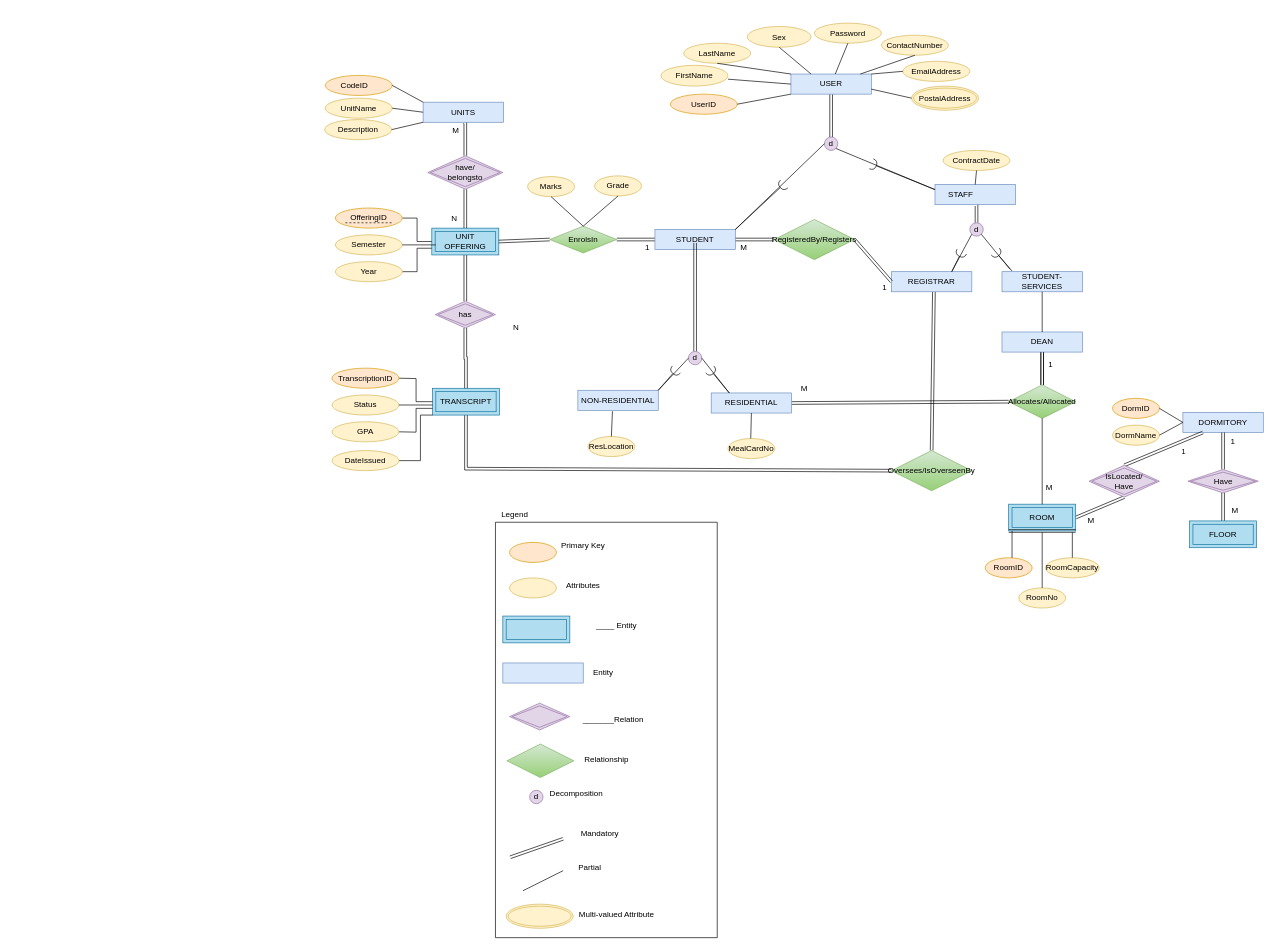
Before: page "Enhanced ER Diagram" (4 of 4) of Untitled Diagram.drawio in Nash230/IS403SystemsAnalysis-Design_MP, a draw.io diagram. Source tidied: cells renumbered, new cells numbered last; positions are measured from the earlier drawing's top-left corner, leaving out a move shared by most shapes. Both pictures are drawn from the tidied source at 67%, with x=0, y=0 at pixel (324, 23).
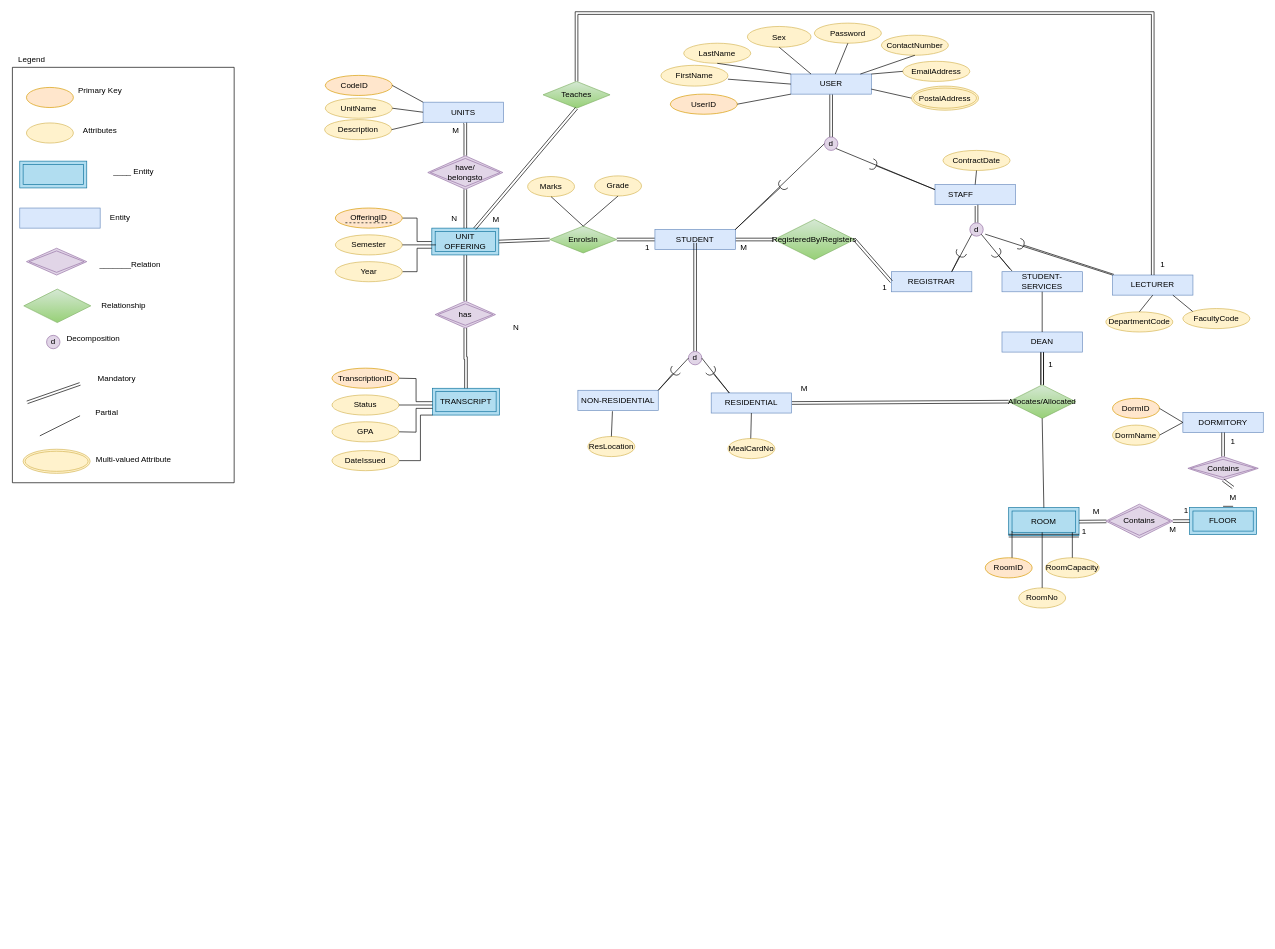
The same page after the edit.

The change refers to these unchanged cells:
```xml
<mxCell id="21" value="DORMITORY" style="rounded=0;whiteSpace=wrap;html=1;fillColor=#dae8fc;strokeColor=#6c8ebf;" parent="1" vertex="1">
  <mxGeometry x="1281" y="581" width="120" height="30" as="geometry" />
</mxCell>
<mxCell id="23" value="TRANSCRIPT" style="shape=ext;margin=3;double=1;whiteSpace=wrap;html=1;align=center;fillColor=#b1ddf0;strokeColor=#10739e;" parent="1" vertex="1">
  <mxGeometry x="161" y="545" width="100" height="40" as="geometry" />
</mxCell>
<mxCell id="136" value="N" style="text;html=1;whiteSpace=wrap;strokeColor=none;fillColor=none;align=center;verticalAlign=middle;rounded=0;" parent="1" vertex="1">
  <mxGeometry x="164" y="277" width="60" height="30" as="geometry" />
</mxCell>
```

What changed in the source:
```diff
@@
-    <mxCell id="4" style="edgeStyle=none;shape=link;rounded=0;jettySize=auto;html=1;entryX=0.5;entryY=0;entryDx=0;entryDy=0;" parent="1" edge="1" target="161">
-      <mxGeometry relative="1" as="geometry">
-        <mxPoint x="909.4" y="401" as="sourcePoint" />
-      </mxGeometry>
-    </mxCell>
@@
-    <mxCell id="19" style="edgeStyle=none;shape=link;rounded=0;jettySize=auto;html=1;entryX=1;entryY=0.5;entryDx=0;entryDy=0;exitX=0.5;exitY=1;exitDx=0;exitDy=0;" parent="1" edge="1" source="123" target="24">
-      <mxGeometry relative="1" as="geometry" />
-    </mxCell>
-    <mxCell id="20" style="edgeStyle=none;shape=link;rounded=0;jettySize=auto;html=1;exitX=0.5;exitY=1;exitDx=0;exitDy=0;entryX=0.5;entryY=0;entryDx=0;entryDy=0;" parent="1" edge="1" source="100" target="120">
+    <mxCell id="20" style="edgeStyle=none;shape=link;rounded=0;jettySize=auto;html=1;exitX=0.5;exitY=1;exitDx=0;exitDy=0;entryX=0.5;entryY=0;entryDx=0;entryDy=0;" parent="1" edge="1" source="126" target="120">
       <mxGeometry relative="1" as="geometry" />
     </mxCell>
@@
-    <mxCell id="22" style="edgeStyle=none;shape=link;rounded=0;jettySize=auto;html=1;exitX=0.5;exitY=1;exitDx=0;exitDy=0;entryX=0;entryY=0.5;entryDx=0;entryDy=0;" parent="1" edge="1" source="23" target="161">
-      <mxGeometry relative="1" as="geometry">
-        <Array as="points">
-          <mxPoint x="211" y="665" />
-        </Array>
-      </mxGeometry>
-    </mxCell>
@@
     <mxCell id="24" value="ROOM" style="shape=ext;margin=3;double=1;whiteSpace=wrap;html=1;align=center;fillColor=#b1ddf0;strokeColor=#10739e;" parent="1" vertex="1">
-      <mxGeometry x="1021" y="718" width="100" height="40" as="geometry" />
+      <mxGeometry x="1021" y="723.2" width="105" height="41.8" as="geometry" />
     </mxCell>
@@
-    <mxCell id="100" value="Have" style="shape=rhombus;double=1;perimeter=rhombusPerimeter;whiteSpace=wrap;html=1;align=center;fillColor=#e1d5e7;strokeColor=#9673a6;" parent="1" vertex="1">
-      <mxGeometry x="1288.5" y="666.2" width="105" height="35" as="geometry" />
+    <mxCell id="100" value="Contains" style="shape=rhombus;double=1;perimeter=rhombusPerimeter;whiteSpace=wrap;html=1;align=center;fillColor=#e1d5e7;strokeColor=#9673a6;" parent="1" vertex="1">
+      <mxGeometry x="1288.5" y="647" width="105" height="35" as="geometry" />
     </mxCell>
@@
     <mxCell id="120" value="FLOOR" style="shape=ext;margin=3;double=1;whiteSpace=wrap;html=1;align=center;fillColor=#b1ddf0;strokeColor=#10739e;" parent="1" vertex="1">
-      <mxGeometry x="1291" y="743" width="100" height="40" as="geometry" />
+      <mxGeometry x="1291" y="723.2" width="100" height="40" as="geometry" />
     </mxCell>
-    <mxCell id="121" style="edgeStyle=none;shape=link;rounded=0;jettySize=auto;html=1;entryX=0.25;entryY=1;entryDx=0;entryDy=0;exitX=0.5;exitY=0;exitDx=0;exitDy=0;" parent="1" edge="1" source="123" target="21">
-      <mxGeometry relative="1" as="geometry" />
-    </mxCell>
-    <mxCell id="122" value="1" style="edgeLabel;html=1;align=center;verticalAlign=middle;" parent="121" vertex="1">
-      <mxGeometry x="0.41" y="-15" relative="1" as="geometry">
-        <mxPoint x="-1" as="offset" />
-      </mxGeometry>
-    </mxCell>
-    <mxCell id="123" value="&lt;div&gt;IsLocated/&lt;/div&gt;&lt;div&gt;Have&lt;/div&gt;" style="shape=rhombus;double=1;perimeter=rhombusPerimeter;whiteSpace=wrap;html=1;align=center;fillColor=#e1d5e7;strokeColor=#9673a6;" parent="1" vertex="1">
-      <mxGeometry x="1141" y="660" width="105" height="47.5" as="geometry" />
-    </mxCell>
@@
-    <mxCell id="126" value="M" style="text;html=1;whiteSpace=wrap;strokeColor=none;fillColor=none;align=center;verticalAlign=middle;rounded=0;" parent="1" vertex="1">
-      <mxGeometry x="1114" y="728" width="60" height="30" as="geometry" />
-    </mxCell>
@@
     <mxCell id="128" value="M" style="text;html=1;whiteSpace=wrap;strokeColor=none;fillColor=none;align=center;verticalAlign=middle;rounded=0;" parent="1" vertex="1">
-      <mxGeometry x="1052" y="679" width="60" height="30" as="geometry" />
+      <mxGeometry x="1256" y="747.5" width="20" height="16.5" as="geometry" />
     </mxCell>
@@
-    <mxCell id="131" value="M" style="text;html=1;whiteSpace=wrap;strokeColor=none;fillColor=none;align=center;verticalAlign=middle;rounded=0;" parent="1" vertex="1">
-      <mxGeometry x="1329" y="713" width="60" height="30" as="geometry" />
-    </mxCell>
@@
     <mxCell id="139" style="swimlane;startSize=0;" parent="1" vertex="1">
-      <mxGeometry x="255" y="745" width="331" height="620" as="geometry" />
+      <mxGeometry x="-466" y="66" width="331" height="620" as="geometry" />
     </mxCell>
@@
     <mxCell id="147" style="ellipse;whiteSpace=wrap;html=1;align=center;fillColor=#ffe6cc;strokeColor=#d79b00;" parent="1" vertex="1">
-      <mxGeometry x="276" y="775" width="70" height="30" as="geometry" />
+      <mxGeometry x="-445" y="96" width="70" height="30" as="geometry" />
     </mxCell>
     <mxCell id="148" style="shape=rhombus;perimeter=rhombusPerimeter;whiteSpace=wrap;html=1;align=center;fillColor=#d5e8d4;gradientColor=#97d077;strokeColor=#82b366;" parent="1" vertex="1">
-      <mxGeometry x="272" y="1076" width="100" height="50" as="geometry" />
+      <mxGeometry x="-449" y="397" width="100" height="50" as="geometry" />
     </mxCell>
     <mxCell id="149" value="d" style="ellipse;whiteSpace=wrap;html=1;fillColor=#e1d5e7;strokeColor=#9673a6;" parent="1" vertex="1">
-      <mxGeometry x="306" y="1145" width="20" height="20" as="geometry" />
+      <mxGeometry x="-415" y="466" width="20" height="20" as="geometry" />
     </mxCell>
     <mxCell id="150" value="Primary Key" style="text;html=1;whiteSpace=wrap;strokeColor=none;fillColor=none;align=center;verticalAlign=middle;rounded=0;" parent="1" vertex="1">
-      <mxGeometry x="346" y="765" width="80" height="30" as="geometry" />
+      <mxGeometry x="-375" y="86" width="80" height="30" as="geometry" />
     </mxCell>
     <mxCell id="151" value="Attributes" style="text;html=1;whiteSpace=wrap;strokeColor=none;fillColor=none;align=center;verticalAlign=middle;rounded=0;" parent="1" vertex="1">
-      <mxGeometry x="356" y="825" width="60" height="30" as="geometry" />
+      <mxGeometry x="-365" y="146" width="60" height="30" as="geometry" />
     </mxCell>
     <mxCell id="152" value="____ Entity" style="text;html=1;whiteSpace=wrap;strokeColor=none;fillColor=none;align=center;verticalAlign=middle;rounded=0;" parent="1" vertex="1">
-      <mxGeometry x="376" y="885" width="120" height="30" as="geometry" />
+      <mxGeometry x="-345" y="206" width="120" height="30" as="geometry" />
     </mxCell>
     <mxCell id="153" value="Entity" style="text;html=1;whiteSpace=wrap;strokeColor=none;fillColor=none;align=center;verticalAlign=middle;rounded=0;" parent="1" vertex="1">
-      <mxGeometry x="386" y="955" width="60" height="30" as="geometry" />
+      <mxGeometry x="-335" y="276" width="60" height="30" as="geometry" />
     </mxCell>
     <mxCell id="154" value="_______Relation" style="text;html=1;whiteSpace=wrap;strokeColor=none;fillColor=none;align=center;verticalAlign=middle;rounded=0;" parent="1" vertex="1">
-      <mxGeometry x="376" y="1025" width="110" height="30" as="geometry" />
+      <mxGeometry x="-345" y="346" width="110" height="30" as="geometry" />
     </mxCell>
     <mxCell id="155" value="Relationship" style="text;html=1;whiteSpace=wrap;strokeColor=none;fillColor=none;align=center;verticalAlign=middle;rounded=0;" parent="1" vertex="1">
-      <mxGeometry x="366" y="1085" width="110" height="30" as="geometry" />
+      <mxGeometry x="-355" y="406" width="110" height="30" as="geometry" />
     </mxCell>
     <mxCell id="156" value="Decomposition" style="text;html=1;whiteSpace=wrap;strokeColor=none;fillColor=none;align=center;verticalAlign=middle;rounded=0;" parent="1" vertex="1">
-      <mxGeometry x="346" y="1135" width="60" height="30" as="geometry" />
+      <mxGeometry x="-375" y="456" width="60" height="30" as="geometry" />
     </mxCell>
     <mxCell id="157" value="Mandatory" style="text;html=1;whiteSpace=wrap;strokeColor=none;fillColor=none;align=center;verticalAlign=middle;rounded=0;" parent="1" vertex="1">
-      <mxGeometry x="356" y="1195" width="110" height="30" as="geometry" />
+      <mxGeometry x="-365" y="516" width="110" height="30" as="geometry" />
     </mxCell>
     <mxCell id="158" value="Partial" style="text;html=1;whiteSpace=wrap;strokeColor=none;fillColor=none;align=center;verticalAlign=middle;rounded=0;" parent="1" vertex="1">
-      <mxGeometry x="366" y="1245" width="60" height="30" as="geometry" />
+      <mxGeometry x="-355" y="566" width="60" height="30" as="geometry" />
     </mxCell>
     <mxCell id="159" value="Multi-valued Attribute" style="text;html=1;whiteSpace=wrap;strokeColor=none;fillColor=none;align=center;verticalAlign=middle;rounded=0;" parent="1" vertex="1">
-      <mxGeometry x="376" y="1315" width="120" height="30" as="geometry" />
+      <mxGeometry x="-345" y="636" width="120" height="30" as="geometry" />
     </mxCell>
     <mxCell id="160" value="Legend" style="text;html=1;whiteSpace=wrap;strokeColor=none;fillColor=none;align=center;verticalAlign=middle;rounded=0;" parent="1" vertex="1">
-      <mxGeometry x="254" y="718" width="60" height="30" as="geometry" />
+      <mxGeometry x="-467" y="39" width="60" height="30" as="geometry" />
     </mxCell>
-    <mxCell id="161" value="Oversees/IsOverseenBy" style="shape=rhombus;perimeter=rhombusPerimeter;whiteSpace=wrap;html=1;align=center;fillColor=#d5e8d4;gradientColor=#97d077;strokeColor=#82b366;" parent="1" vertex="1">
-      <mxGeometry x="846" y="638" width="120" height="60" as="geometry" />
-    </mxCell>
+    <mxCell id="162" value="LECTURER" style="rounded=0;whiteSpace=wrap;html=1;fillColor=#dae8fc;strokeColor=#6c8ebf;" parent="1" vertex="1">
+      <mxGeometry x="1176" y="376" width="120" height="30" as="geometry" />
+    </mxCell>
+    <mxCell id="163" value="FacultyCode" style="ellipse;whiteSpace=wrap;html=1;align=center;fillColor=#fff2cc;strokeColor=#d6b656;" parent="1" vertex="1">
+      <mxGeometry x="1281" y="426" width="100" height="30" as="geometry" />
+    </mxCell>
+    <mxCell id="164" value="DepartmentCode" style="ellipse;whiteSpace=wrap;html=1;align=center;fillColor=#fff2cc;strokeColor=#d6b656;rotation=0;" parent="1" vertex="1">
+      <mxGeometry x="1166" y="431" width="100" height="30" as="geometry" />
+    </mxCell>
+    <mxCell id="165" style="endArrow=none;html=1;rounded=0;entryX=0;entryY=0;entryDx=0;entryDy=0;exitX=0.75;exitY=1;exitDx=0;exitDy=0;" parent="1" edge="1" source="162" target="163">
+      <mxGeometry relative="1" as="geometry" />
+    </mxCell>
+    <mxCell id="166" style="endArrow=none;html=1;rounded=0;entryX=0.5;entryY=0;entryDx=0;entryDy=0;exitX=0.5;exitY=1;exitDx=0;exitDy=0;" parent="1" edge="1" source="162" target="164">
+      <mxGeometry relative="1" as="geometry" />
+    </mxCell>
+    <mxCell id="167" value="Teaches" style="shape=rhombus;perimeter=rhombusPerimeter;whiteSpace=wrap;html=1;align=center;fillColor=#d5e8d4;gradientColor=#97d077;strokeColor=#82b366;" parent="1" vertex="1">
+      <mxGeometry x="326" y="87" width="100" height="40" as="geometry" />
+    </mxCell>
+    <mxCell id="168" style="endArrow=none;html=1;rounded=0;exitX=1;exitY=1;exitDx=0;exitDy=0;entryX=0.5;entryY=1;entryDx=0;entryDy=0;shape=link;" parent="1" edge="1" source="136" target="167">
+      <mxGeometry relative="1" as="geometry" />
+    </mxCell>
+    <mxCell id="169" style="endArrow=none;html=1;rounded=0;exitX=0.5;exitY=0;exitDx=0;exitDy=0;entryX=0.5;entryY=0;entryDx=0;entryDy=0;shape=link;" parent="1" edge="1" source="167" target="162">
+      <mxGeometry relative="1" as="geometry">
+        <Array as="points">
+          <mxPoint x="376" y="-15" />
+          <mxPoint x="1236" y="-15" />
+        </Array>
+      </mxGeometry>
+    </mxCell>
+    <mxCell id="170" style="endArrow=none;html=1;rounded=0;entryX=0;entryY=0;entryDx=0;entryDy=0;" parent="1" edge="1" target="162">
+      <mxGeometry relative="1" as="geometry">
+        <mxPoint x="986" y="315" as="sourcePoint" />
+      </mxGeometry>
+    </mxCell>
+    <mxCell id="171" style="rounded=0;orthogonalLoop=1;jettySize=auto;html=1;endArrow=halfCircle;endFill=0;endSize=6;strokeWidth=1;sketch=0;fontSize=12;curved=1;exitX=0;exitY=0;exitDx=0;exitDy=0;" parent="1" edge="1">
+      <mxGeometry relative="1" as="geometry">
+        <mxPoint x="1178" y="375" as="sourcePoint" />
+        <mxPoint x="1036" y="329" as="targetPoint" />
+      </mxGeometry>
+    </mxCell>
+    <mxCell id="172" style="ellipse;whiteSpace=wrap;html=1;align=center;fillColor=none;strokeColor=none;perimeter=centerPerimeter;" parent="1" vertex="1">
+      <mxGeometry x="806" y="259" width="10" height="10" as="geometry" />
+    </mxCell>
+    <mxCell id="173" style="edgeStyle=none;rounded=0;jettySize=auto;html=1;entryX=1;entryY=0.5;entryDx=0;entryDy=0;shape=link;" parent="1" edge="1" source="175" target="24">
+      <mxGeometry relative="1" as="geometry" />
+    </mxCell>
+    <mxCell id="174" style="edgeStyle=none;rounded=0;jettySize=auto;html=1;exitX=1;exitY=0.5;exitDx=0;exitDy=0;entryX=0;entryY=0.5;entryDx=0;entryDy=0;shape=link;" parent="1" edge="1" source="175" target="120">
+      <mxGeometry relative="1" as="geometry" />
+    </mxCell>
+    <mxCell id="175" value="Contains" style="shape=rhombus;double=1;perimeter=rhombusPerimeter;whiteSpace=wrap;html=1;align=center;fillColor=#e1d5e7;strokeColor=#9673a6;" parent="1" vertex="1">
+      <mxGeometry x="1166" y="718" width="100" height="50.5" as="geometry" />
+    </mxCell>
+    <mxCell id="176" style="edgeStyle=none;shape=link;rounded=0;jettySize=auto;html=1;exitX=0.5;exitY=1;exitDx=0;exitDy=0;entryX=0.5;entryY=0;entryDx=0;entryDy=0;" parent="1" edge="1" source="100" target="126">
+      <mxGeometry relative="1" as="geometry" />
+    </mxCell>
+    <mxCell id="126" value="M" style="text;html=1;whiteSpace=wrap;strokeColor=none;fillColor=none;align=center;verticalAlign=middle;rounded=0;" parent="1" vertex="1">
+      <mxGeometry x="1326" y="693.2" width="60" height="30" as="geometry" />
+    </mxCell>
+    <mxCell id="177" value="1" style="text;html=1;whiteSpace=wrap;strokeColor=none;fillColor=none;align=center;verticalAlign=middle;rounded=0;" parent="1" vertex="1">
+      <mxGeometry x="1266" y="723.2" width="40" height="10" as="geometry" />
+    </mxCell>
+    <mxCell id="178" value="M" style="text;html=1;whiteSpace=wrap;strokeColor=none;fillColor=none;align=center;verticalAlign=middle;rounded=0;" parent="1" vertex="1">
+      <mxGeometry x="1142" y="721" width="20" height="16.5" as="geometry" />
+    </mxCell>
+    <mxCell id="179" value="1" style="text;html=1;whiteSpace=wrap;strokeColor=none;fillColor=none;align=center;verticalAlign=middle;rounded=0;" parent="1" vertex="1">
+      <mxGeometry x="1114" y="754" width="40" height="10" as="geometry" />
+    </mxCell>
+    <mxCell id="180" value="1" style="text;html=1;whiteSpace=wrap;strokeColor=none;fillColor=none;align=center;verticalAlign=middle;rounded=0;" parent="1" vertex="1">
+      <mxGeometry x="1231" y="355" width="40" height="10" as="geometry" />
+    </mxCell>
+    <mxCell id="181" value="M" style="text;html=1;whiteSpace=wrap;strokeColor=none;fillColor=none;align=center;verticalAlign=middle;rounded=0;" parent="1" vertex="1">
+      <mxGeometry x="246" y="285" width="20" height="16.5" as="geometry" />
+    </mxCell>
```
